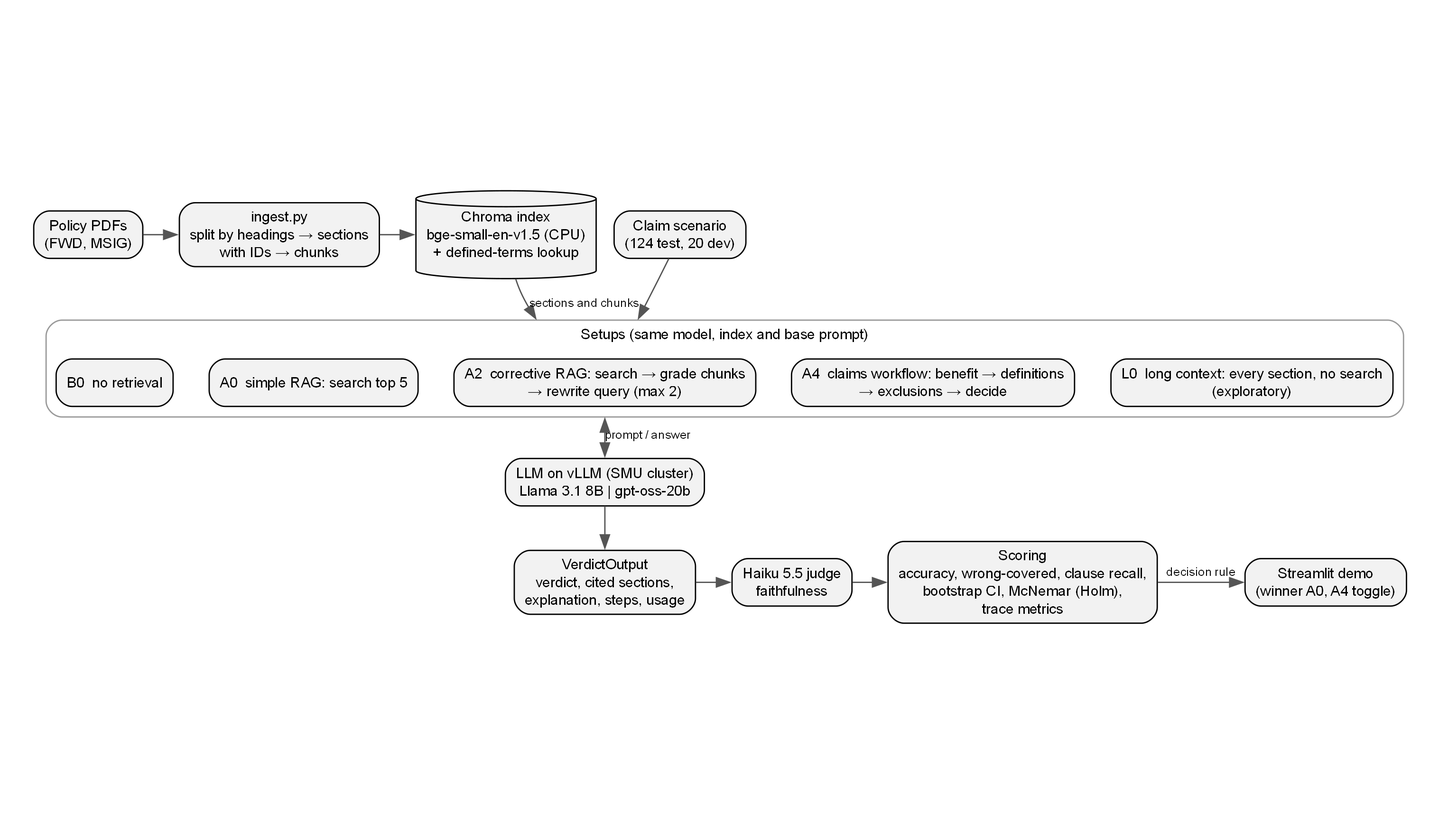
Earlier version of the Graphviz export docs/figures/architecture_16x9.png (yezhan58-oss/insurance_policy_checker-rag). Its source is kept beside it as docs/figures/architecture_16x9.dot.
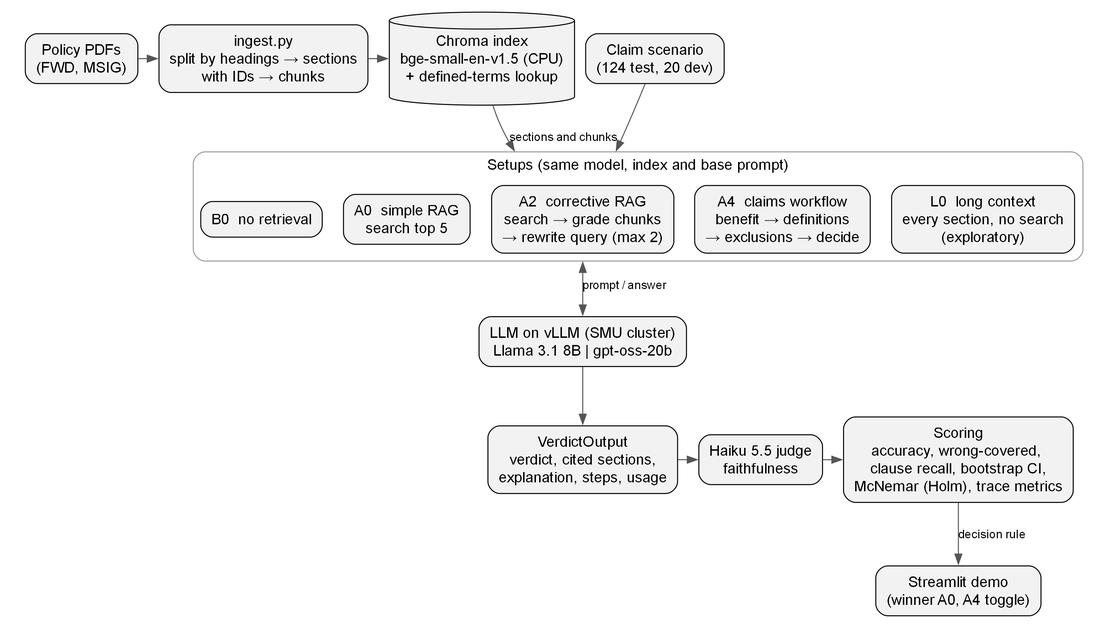
Later version of the same file.

Commit message:
docs: 16:9 architecture diagram, larger boxes and text

The edit, as a diff of the source:
```diff
@@ -1,7 +1,7 @@
 digraph G {
-  rankdir=TB; nodesep=0.2; ranksep=0.35; compound=true;
-  node [shape=box, style="rounded,filled", fillcolor="#f2f2f2", fontname="Helvetica", fontsize=11];
-  edge [fontname="Helvetica", fontsize=9, color="#555555"];
+  rankdir=TB; nodesep=0.15; ranksep=0.7; compound=true;
+  node [shape=box, style="rounded,filled", fillcolor="#f2f2f2", fontname="Helvetica", fontsize=15, margin="0.15,0.1"];
+  edge [fontname="Helvetica", fontsize=12, color="#555555"];
 
   pdf   [label="Policy PDFs\n(FWD, MSIG)"];
   ingest[label="ingest.py\nsplit by headings → sections\nwith IDs → chunks"];
@@ -10,23 +10,24 @@
 
 
   subgraph cluster_setups {
-    label="Setups (same model, index and base prompt)"; fontname="Helvetica"; fontsize=11; style="rounded"; color="#999999";
+    label="Setups (same model, index and base prompt)"; fontname="Helvetica"; fontsize=15; style="rounded"; color="#999999";
     B0 [label="B0  no retrieval"];
-    A0 [label="A0  simple RAG: search top 5"];
-    A2 [label="A2  corrective RAG: search → grade chunks\n→ rewrite query (max 2)"];
-    A4 [label="A4  claims workflow: benefit → definitions\n→ exclusions → decide"];
-    L0 [label="L0  long context: every section, no search\n(exploratory)"];
+    A0 [label="A0  simple RAG
+search top 5"];
+    A2 [label="A2  corrective RAG\nsearch → grade chunks\n→ rewrite query (max 2)"];
+    A4 [label="A4  claims workflow\nbenefit → definitions\n→ exclusions → decide"];
+    L0 [label="L0  long context\nevery section, no search\n(exploratory)"];
     { rank=same; B0 -> A0 -> A2 -> A4 -> L0 [style=invis]; }
   }
 
   llm   [label="LLM on vLLM (SMU cluster)\nLlama 3.1 8B | gpt-oss-20b"];
   out   [label="VerdictOutput\nverdict, cited sections,\nexplanation, steps, usage"];
-  score [label="Scoring\naccuracy, wrong-covered, clause recall,\nbootstrap CI, McNemar (Holm),\ntrace metrics"];
+  score [label="Scoring\naccuracy, wrong-covered, \nclause recall, bootstrap CI,\nMcNemar (Holm), trace metrics"];
   judge [label="Haiku 5.5 judge\nfaithfulness"];
   demo  [label="Streamlit demo\n(winner A0, A4 toggle)"];
 
   { rank=same; pdf -> ingest -> index; scen; }
-  { rank=same; out; judge; score; demo; }
+  { rank=same; out; judge; score; }
   index -> A2 [lhead=cluster_setups, label="sections and chunks"];
   scen  -> A2 [lhead=cluster_setups];
   A2 -> llm [ltail=cluster_setups, dir=both, label="prompt / answer"];
```
